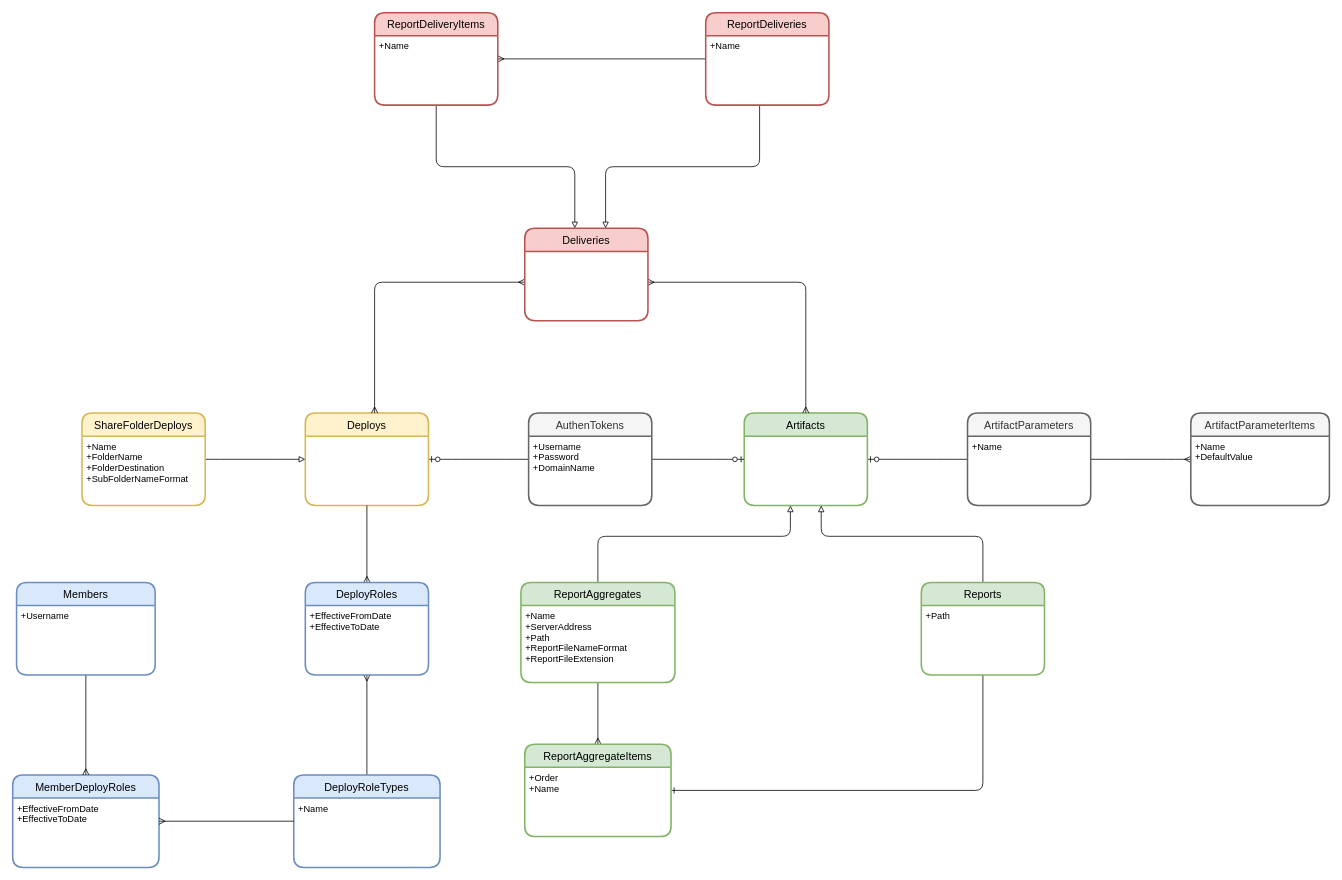
Before: Deliveries Models.drawio in chavp/data-modeling, a draw.io diagram. Source tidied: cells renumbered, new cells numbered last; positions are measured from the earlier drawing's top-left corner, leaving out a move shared by most shapes. Both pictures are drawn from the tidied source at 77%, with x=0, y=0 at pixel (12, 12).
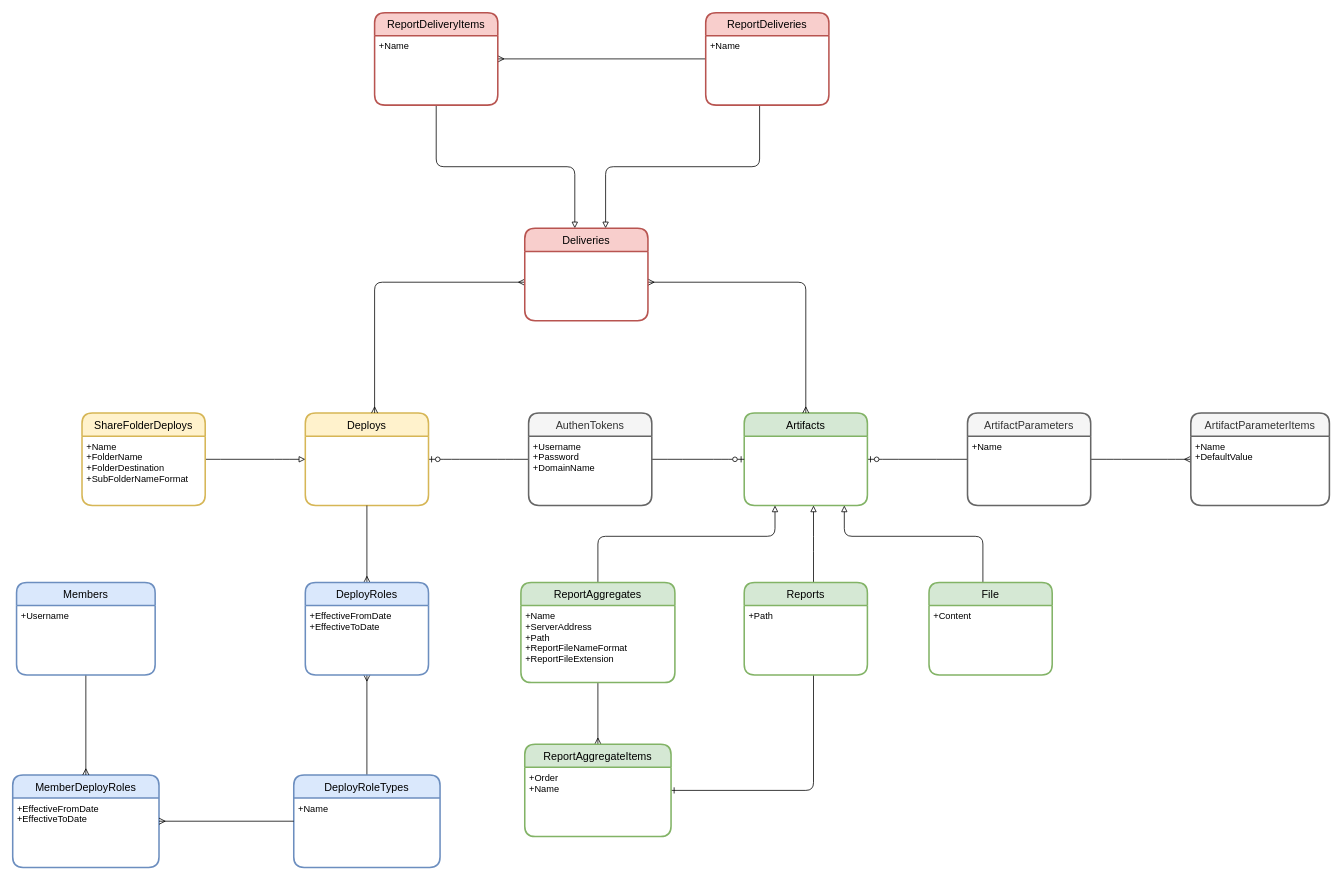
The same diagram, later.

The change refers to these unchanged cells:
```xml
<mxCell id="4" value="Artifacts" style="swimlane;horizontal=1;startSize=30;rounded=1;fontSize=14;fontStyle=0;strokeWidth=2;shadow=0;dashed=0;align=center;fillColor=#d5e8d4;strokeColor=#82b366;" parent="1" vertex="1">
  <mxGeometry x="950" y="520" width="160" height="120" as="geometry" />
</mxCell>
<mxCell id="26" value="ReportAggregates" style="swimlane;horizontal=1;startSize=30;rounded=1;fontSize=14;fontStyle=0;strokeWidth=2;shadow=0;dashed=0;align=center;fillColor=#d5e8d4;strokeColor=#82b366;" parent="1" vertex="1">
  <mxGeometry x="660" y="740" width="200" height="130" as="geometry" />
</mxCell>
<mxCell id="28" value="ReportAggregateItems" style="swimlane;horizontal=1;startSize=30;rounded=1;fontSize=14;fontStyle=0;strokeWidth=2;shadow=0;dashed=0;align=center;fillColor=#d5e8d4;strokeColor=#82b366;" parent="1" vertex="1">
  <mxGeometry x="665" y="950" width="190" height="120" as="geometry" />
</mxCell>
```

Change to the diagram source:
```diff
@@
     <mxCell id="9" style="edgeStyle=orthogonalEdgeStyle;fontSize=12;html=1;endArrow=none;endFill=0;startArrow=block;startFill=0;" parent="1" edge="1" source="4" target="30">
       <mxGeometry relative="1" as="geometry">
         <Array as="points">
-          <mxPoint x="1050" y="680" />
-          <mxPoint x="1260" y="680" />
+          <mxPoint x="1040" y="690" />
+          <mxPoint x="1040" y="690" />
         </Array>
       </mxGeometry>
     </mxCell>
@@
     <mxCell id="13" style="edgeStyle=orthogonalEdgeStyle;fontSize=12;html=1;endArrow=none;endFill=0;startArrow=block;startFill=0;" parent="1" edge="1" source="4" target="26">
       <mxGeometry relative="1" as="geometry">
         <Array as="points">
-          <mxPoint x="1010" y="680" />
+          <mxPoint x="990" y="680" />
           <mxPoint x="760" y="680" />
         </Array>
       </mxGeometry>
     </mxCell>
@@
     <mxCell id="15" style="edgeStyle=orthogonalEdgeStyle;fontSize=12;html=1;endArrow=ERone;endFill=1;" parent="1" edge="1" source="30" target="28">
       <mxGeometry relative="1" as="geometry">
         <Array as="points">
-          <mxPoint x="1260" y="1010" />
+          <mxPoint x="1040" y="1010" />
         </Array>
       </mxGeometry>
     </mxCell>
@@
-    <mxCell id="30" value="Reports" style="swimlane;horizontal=1;startSize=30;rounded=1;fontSize=14;fontStyle=0;strokeWidth=2;shadow=0;dashed=0;align=center;fillColor=#d5e8d4;strokeColor=#82b366;" parent="1" vertex="1">
-      <mxGeometry x="1180" y="740" width="160" height="120" as="geometry" />
-    </mxCell>
-    <mxCell id="31" value="+Path&#10;&#10;" style="align=left;strokeColor=none;fillColor=none;spacingLeft=4;fontSize=12;verticalAlign=top;" parent="30" vertex="1">
-      <mxGeometry y="30" width="160" height="90" as="geometry" />
-    </mxCell>
@@
+    <mxCell id="49" style="edgeStyle=orthogonalEdgeStyle;fontSize=12;html=1;endArrow=none;endFill=0;startArrow=block;startFill=0;" parent="1" edge="1" source="4" target="50">
+      <mxGeometry relative="1" as="geometry">
+        <Array as="points">
+          <mxPoint x="1080" y="680" />
+          <mxPoint x="1260" y="680" />
+        </Array>
+      </mxGeometry>
+    </mxCell>
+    <mxCell id="30" value="Reports" style="swimlane;horizontal=1;startSize=30;rounded=1;fontSize=14;fontStyle=0;strokeWidth=2;shadow=0;dashed=0;align=center;fillColor=#d5e8d4;strokeColor=#82b366;" parent="1" vertex="1">
+      <mxGeometry x="950" y="740" width="160" height="120" as="geometry" />
+    </mxCell>
+    <mxCell id="31" value="+Path&#10;&#10;" style="align=left;strokeColor=none;fillColor=none;spacingLeft=4;fontSize=12;verticalAlign=top;" parent="30" vertex="1">
+      <mxGeometry y="30" width="160" height="90" as="geometry" />
+    </mxCell>
+    <mxCell id="50" value="File" style="swimlane;horizontal=1;startSize=30;rounded=1;fontSize=14;fontStyle=0;strokeWidth=2;shadow=0;dashed=0;align=center;fillColor=#d5e8d4;strokeColor=#82b366;" parent="1" vertex="1">
+      <mxGeometry x="1190" y="740" width="160" height="120" as="geometry" />
+    </mxCell>
+    <mxCell id="51" value="+Content&#10;&#10;" style="align=left;strokeColor=none;fillColor=none;spacingLeft=4;fontSize=12;verticalAlign=top;" parent="50" vertex="1">
+      <mxGeometry y="30" width="160" height="90" as="geometry" />
+    </mxCell>
```
